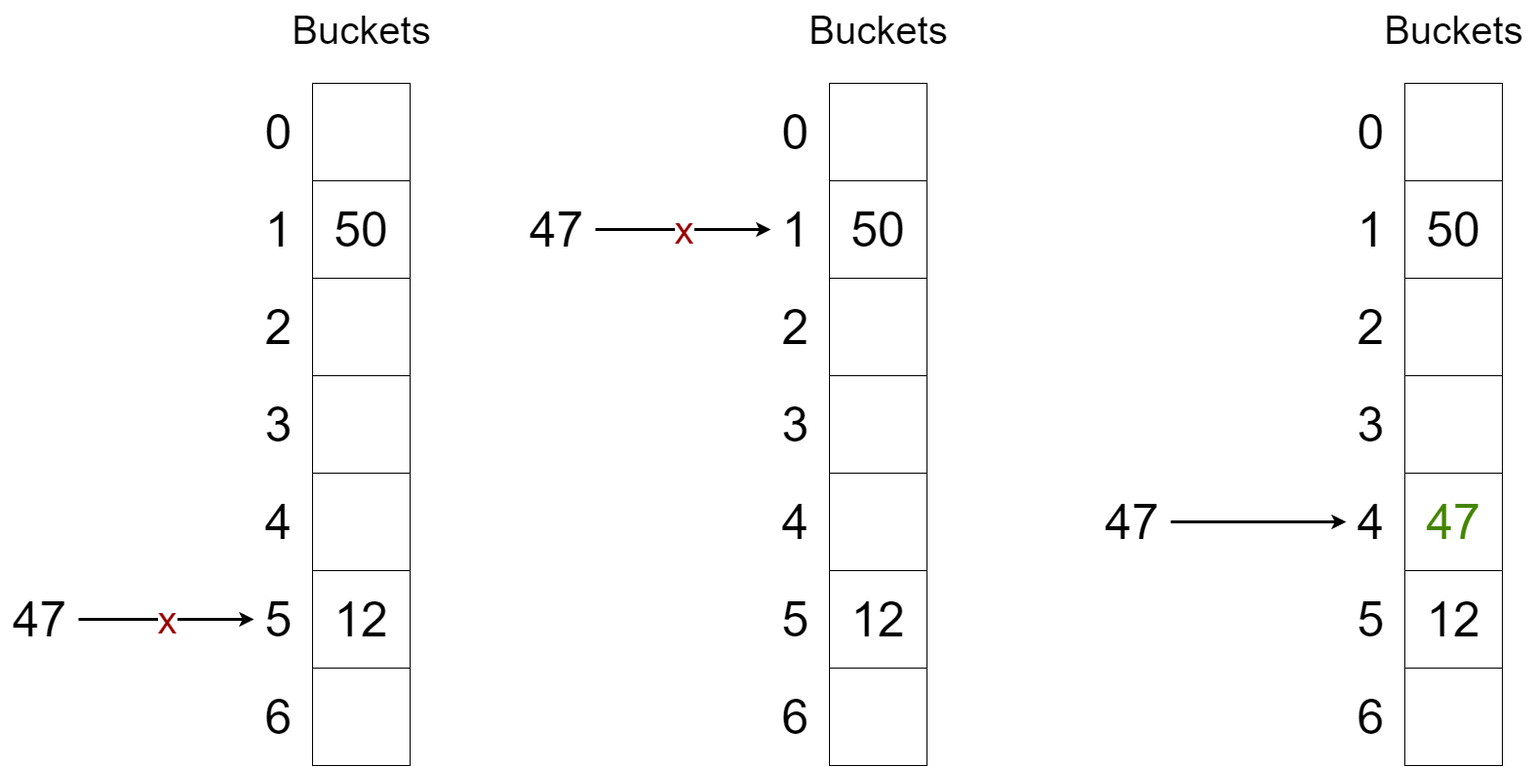
This is Docs/doubleHashing.drawio.png from lennart02/Hashing, a draw.io export, as it was before one commit. Source tidied: cells renumbered, new cells last; positions are measured from the earlier drawing's top-left corner, leaving out a move shared by most shapes.
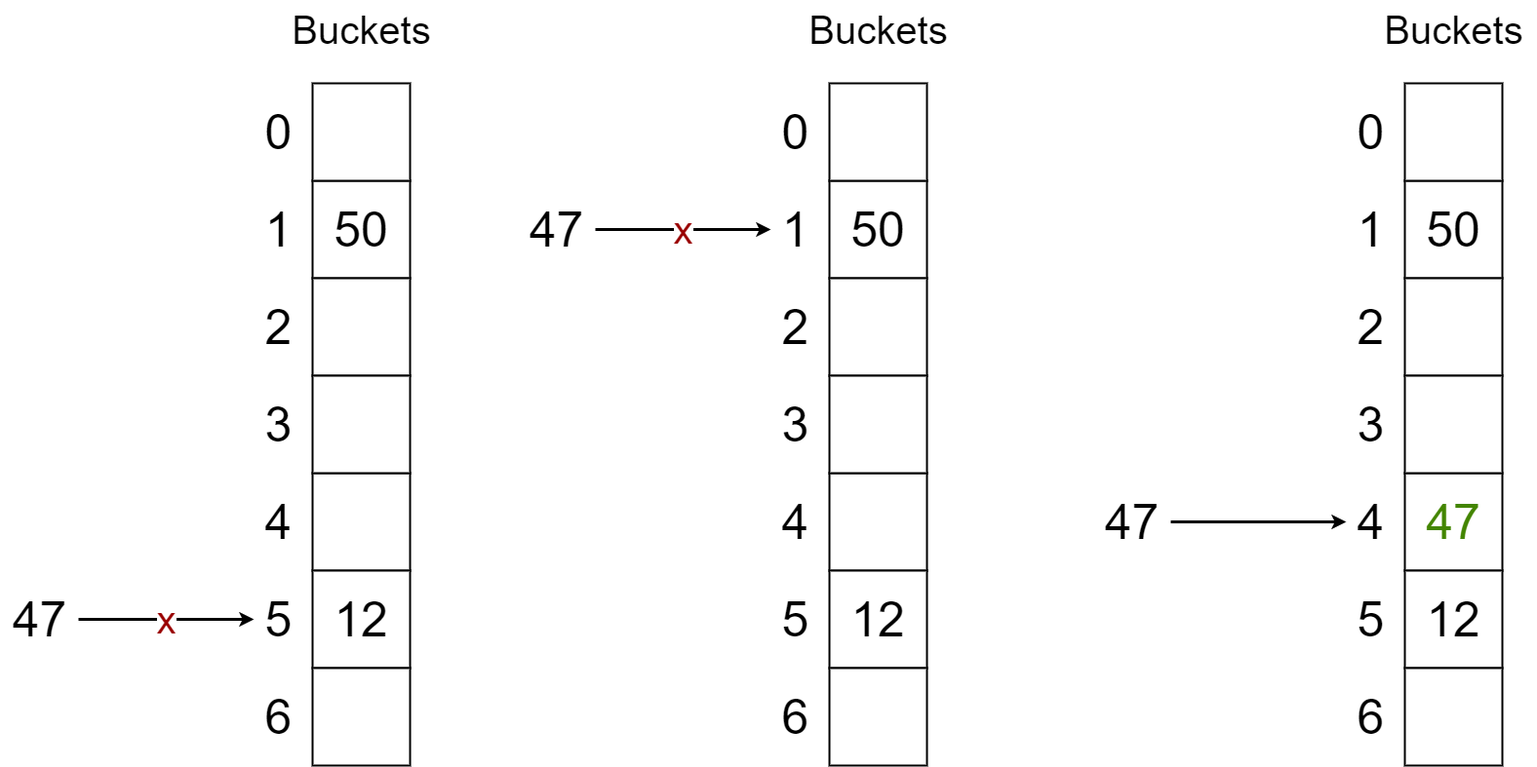
Later version of the same file.

What changed in the source:
```diff
@@ -2,46 +2,46 @@
   <root>
     <mxCell id="0" />
     <mxCell id="1" parent="0" />
-    <mxCell id="2" style="rounded=0;whiteSpace=wrap;html=1;fontSize=50;" parent="1" vertex="1">
+    <mxCell id="2" style="rounded=0;whiteSpace=wrap;html=1;fontSize=50;strokeWidth=2;" parent="1" vertex="1">
       <mxGeometry x="320" y="485" width="100" height="100" as="geometry" />
     </mxCell>
-    <mxCell id="3" value="50" style="rounded=0;whiteSpace=wrap;html=1;fontSize=50;" parent="1" vertex="1">
+    <mxCell id="3" value="50" style="rounded=0;whiteSpace=wrap;html=1;fontSize=50;strokeWidth=2;" parent="1" vertex="1">
       <mxGeometry x="320" y="185" width="100" height="100" as="geometry" />
     </mxCell>
-    <mxCell id="4" style="rounded=0;whiteSpace=wrap;html=1;fontSize=50;" parent="1" vertex="1">
+    <mxCell id="4" style="rounded=0;whiteSpace=wrap;html=1;fontSize=50;strokeWidth=2;" parent="1" vertex="1">
       <mxGeometry x="320" y="285" width="100" height="100" as="geometry" />
     </mxCell>
-    <mxCell id="5" style="rounded=0;whiteSpace=wrap;html=1;fontSize=50;" parent="1" vertex="1">
+    <mxCell id="5" style="rounded=0;whiteSpace=wrap;html=1;fontSize=50;strokeWidth=2;" parent="1" vertex="1">
       <mxGeometry x="320" y="85" width="100" height="100" as="geometry" />
     </mxCell>
-    <mxCell id="6" style="rounded=0;whiteSpace=wrap;html=1;fontSize=50;" parent="1" vertex="1">
+    <mxCell id="6" style="rounded=0;whiteSpace=wrap;html=1;fontSize=50;strokeWidth=2;" parent="1" vertex="1">
       <mxGeometry x="320" y="385" width="100" height="100" as="geometry" />
     </mxCell>
-    <mxCell id="7" value="12" style="rounded=0;whiteSpace=wrap;html=1;fontSize=50;" parent="1" vertex="1">
+    <mxCell id="7" value="12" style="rounded=0;whiteSpace=wrap;html=1;fontSize=50;strokeWidth=2;" parent="1" vertex="1">
       <mxGeometry x="320" y="585" width="100" height="100" as="geometry" />
     </mxCell>
-    <mxCell id="8" style="rounded=0;whiteSpace=wrap;html=1;fontSize=50;" parent="1" vertex="1">
+    <mxCell id="8" style="rounded=0;whiteSpace=wrap;html=1;fontSize=50;strokeWidth=2;" parent="1" vertex="1">
       <mxGeometry x="320" y="685" width="100" height="100" as="geometry" />
     </mxCell>
-    <mxCell id="9" value="0" style="text;html=1;align=center;verticalAlign=middle;strokeColor=none;fillColor=none;fontSize=50;" parent="1" vertex="1">
+    <mxCell id="9" value="0" style="text;html=1;align=center;verticalAlign=middle;strokeColor=none;fillColor=none;fontSize=50;strokeWidth=2;" parent="1" vertex="1">
       <mxGeometry x="260" y="100" width="50" height="70" as="geometry" />
     </mxCell>
-    <mxCell id="10" value="1" style="text;html=1;align=center;verticalAlign=middle;strokeColor=none;fillColor=none;fontSize=50;" parent="1" vertex="1">
+    <mxCell id="10" value="1" style="text;html=1;align=center;verticalAlign=middle;strokeColor=none;fillColor=none;fontSize=50;strokeWidth=2;" parent="1" vertex="1">
       <mxGeometry x="260" y="200" width="50" height="70" as="geometry" />
     </mxCell>
-    <mxCell id="11" value="2" style="text;html=1;align=center;verticalAlign=middle;strokeColor=none;fillColor=none;fontSize=50;" parent="1" vertex="1">
+    <mxCell id="11" value="2" style="text;html=1;align=center;verticalAlign=middle;strokeColor=none;fillColor=none;fontSize=50;strokeWidth=2;" parent="1" vertex="1">
       <mxGeometry x="260" y="300" width="50" height="70" as="geometry" />
     </mxCell>
-    <mxCell id="12" value="3" style="text;html=1;align=center;verticalAlign=middle;strokeColor=none;fillColor=none;fontSize=50;" parent="1" vertex="1">
+    <mxCell id="12" value="3" style="text;html=1;align=center;verticalAlign=middle;strokeColor=none;fillColor=none;fontSize=50;strokeWidth=2;" parent="1" vertex="1">
       <mxGeometry x="260" y="400" width="50" height="70" as="geometry" />
     </mxCell>
-    <mxCell id="13" value="4" style="text;html=1;align=center;verticalAlign=middle;strokeColor=none;fillColor=none;fontSize=50;" parent="1" vertex="1">
+    <mxCell id="13" value="4" style="text;html=1;align=center;verticalAlign=middle;strokeColor=none;fillColor=none;fontSize=50;strokeWidth=2;" parent="1" vertex="1">
       <mxGeometry x="260" y="500" width="50" height="70" as="geometry" />
     </mxCell>
-    <mxCell id="14" value="5" style="text;html=1;align=center;verticalAlign=middle;points=[];strokeColor=none;fillColor=none;fontSize=50;" parent="1" vertex="1">
+    <mxCell id="14" value="5" style="text;html=1;align=center;verticalAlign=middle;points=[];strokeColor=none;fillColor=none;fontSize=50;strokeWidth=2;" parent="1" vertex="1">
       <mxGeometry x="260" y="600" width="50" height="70" as="geometry" />
     </mxCell>
-    <mxCell id="15" value="6" style="text;html=1;align=center;verticalAlign=middle;strokeColor=none;fillColor=none;fontSize=50;" parent="1" vertex="1">
+    <mxCell id="15" value="6" style="text;html=1;align=center;verticalAlign=middle;strokeColor=none;fillColor=none;fontSize=50;strokeWidth=2;" parent="1" vertex="1">
       <mxGeometry x="260" y="700" width="50" height="70" as="geometry" />
     </mxCell>
     <mxCell id="16" value="x" style="edgeStyle=none;html=1;strokeWidth=3;fontColor=#990000;fontSize=40;" parent="1" edge="1" source="17" target="14">
@@ -53,46 +53,46 @@
     <mxCell id="18" value="Buckets" style="text;html=1;align=center;verticalAlign=middle;strokeColor=none;fillColor=none;fontSize=40;" parent="1" vertex="1">
       <mxGeometry x="285" width="170" height="60" as="geometry" />
     </mxCell>
-    <mxCell id="19" style="rounded=0;whiteSpace=wrap;html=1;fontSize=50;" parent="1" vertex="1">
+    <mxCell id="19" style="rounded=0;whiteSpace=wrap;html=1;fontSize=50;strokeWidth=2;" parent="1" vertex="1">
       <mxGeometry x="850" y="485" width="100" height="100" as="geometry" />
     </mxCell>
-    <mxCell id="20" value="50" style="rounded=0;whiteSpace=wrap;html=1;fontSize=50;" parent="1" vertex="1">
+    <mxCell id="20" value="50" style="rounded=0;whiteSpace=wrap;html=1;fontSize=50;strokeWidth=2;" parent="1" vertex="1">
       <mxGeometry x="850" y="185" width="100" height="100" as="geometry" />
     </mxCell>
-    <mxCell id="21" style="rounded=0;whiteSpace=wrap;html=1;fontSize=50;" parent="1" vertex="1">
+    <mxCell id="21" style="rounded=0;whiteSpace=wrap;html=1;fontSize=50;strokeWidth=2;" parent="1" vertex="1">
       <mxGeometry x="850" y="285" width="100" height="100" as="geometry" />
     </mxCell>
-    <mxCell id="22" style="rounded=0;whiteSpace=wrap;html=1;fontSize=50;" parent="1" vertex="1">
+    <mxCell id="22" style="rounded=0;whiteSpace=wrap;html=1;fontSize=50;strokeWidth=2;" parent="1" vertex="1">
       <mxGeometry x="850" y="85" width="100" height="100" as="geometry" />
     </mxCell>
-    <mxCell id="23" style="rounded=0;whiteSpace=wrap;html=1;fontSize=50;" parent="1" vertex="1">
+    <mxCell id="23" style="rounded=0;whiteSpace=wrap;html=1;fontSize=50;strokeWidth=2;" parent="1" vertex="1">
       <mxGeometry x="850" y="385" width="100" height="100" as="geometry" />
     </mxCell>
-    <mxCell id="24" value="12" style="rounded=0;whiteSpace=wrap;html=1;fontSize=50;" parent="1" vertex="1">
+    <mxCell id="24" value="12" style="rounded=0;whiteSpace=wrap;html=1;fontSize=50;strokeWidth=2;" parent="1" vertex="1">
       <mxGeometry x="850" y="585" width="100" height="100" as="geometry" />
     </mxCell>
-    <mxCell id="25" style="rounded=0;whiteSpace=wrap;html=1;fontSize=50;" parent="1" vertex="1">
+    <mxCell id="25" style="rounded=0;whiteSpace=wrap;html=1;fontSize=50;strokeWidth=2;" parent="1" vertex="1">
       <mxGeometry x="850" y="685" width="100" height="100" as="geometry" />
     </mxCell>
-    <mxCell id="26" value="0" style="text;html=1;align=center;verticalAlign=middle;strokeColor=none;fillColor=none;fontSize=50;" parent="1" vertex="1">
+    <mxCell id="26" value="0" style="text;html=1;align=center;verticalAlign=middle;strokeColor=none;fillColor=none;fontSize=50;strokeWidth=2;" parent="1" vertex="1">
       <mxGeometry x="790" y="100" width="50" height="70" as="geometry" />
     </mxCell>
-    <mxCell id="27" value="1" style="text;html=1;align=center;verticalAlign=middle;strokeColor=none;fillColor=none;fontSize=50;" parent="1" vertex="1">
+    <mxCell id="27" value="1" style="text;html=1;align=center;verticalAlign=middle;strokeColor=none;fillColor=none;fontSize=50;strokeWidth=3;" parent="1" vertex="1">
       <mxGeometry x="790" y="200" width="50" height="70" as="geometry" />
     </mxCell>
-    <mxCell id="28" value="2" style="text;html=1;align=center;verticalAlign=middle;strokeColor=none;fillColor=none;fontSize=50;" parent="1" vertex="1">
+    <mxCell id="28" value="2" style="text;html=1;align=center;verticalAlign=middle;strokeColor=none;fillColor=none;fontSize=50;strokeWidth=2;" parent="1" vertex="1">
       <mxGeometry x="790" y="300" width="50" height="70" as="geometry" />
     </mxCell>
-    <mxCell id="29" value="3" style="text;html=1;align=center;verticalAlign=middle;strokeColor=none;fillColor=none;fontSize=50;" parent="1" vertex="1">
+    <mxCell id="29" value="3" style="text;html=1;align=center;verticalAlign=middle;strokeColor=none;fillColor=none;fontSize=50;strokeWidth=2;" parent="1" vertex="1">
       <mxGeometry x="790" y="400" width="50" height="70" as="geometry" />
     </mxCell>
-    <mxCell id="30" value="4" style="text;html=1;align=center;verticalAlign=middle;strokeColor=none;fillColor=none;fontSize=50;" parent="1" vertex="1">
+    <mxCell id="30" value="4" style="text;html=1;align=center;verticalAlign=middle;strokeColor=none;fillColor=none;fontSize=50;strokeWidth=2;" parent="1" vertex="1">
       <mxGeometry x="790" y="500" width="50" height="70" as="geometry" />
     </mxCell>
-    <mxCell id="31" value="5" style="text;html=1;align=center;verticalAlign=middle;strokeColor=none;fillColor=none;fontSize=50;" parent="1" vertex="1">
+    <mxCell id="31" value="5" style="text;html=1;align=center;verticalAlign=middle;strokeColor=none;fillColor=none;fontSize=50;strokeWidth=2;" parent="1" vertex="1">
       <mxGeometry x="790" y="600" width="50" height="70" as="geometry" />
     </mxCell>
-    <mxCell id="32" value="6" style="text;html=1;align=center;verticalAlign=middle;strokeColor=none;fillColor=none;fontSize=50;" parent="1" vertex="1">
+    <mxCell id="32" value="6" style="text;html=1;align=center;verticalAlign=middle;strokeColor=none;fillColor=none;fontSize=50;strokeWidth=2;" parent="1" vertex="1">
       <mxGeometry x="790" y="700" width="50" height="70" as="geometry" />
     </mxCell>
     <mxCell id="33" value="x" style="edgeStyle=none;html=1;strokeWidth=3;fontColor=#990000;fontSize=40;" parent="1" edge="1" source="34">
@@ -100,52 +100,52 @@
         <mxPoint x="790" y="235" as="targetPoint" />
       </mxGeometry>
     </mxCell>
-    <mxCell id="34" value="47" style="text;html=1;align=center;verticalAlign=middle;points=[];strokeColor=none;fillColor=none;fontSize=50;" parent="1" vertex="1">
+    <mxCell id="34" value="47" style="text;html=1;align=center;verticalAlign=middle;points=[];strokeColor=none;fillColor=none;fontSize=50;strokeWidth=2;" parent="1" vertex="1">
       <mxGeometry x="530" y="200" width="80" height="70" as="geometry" />
     </mxCell>
     <mxCell id="35" value="Buckets" style="text;html=1;align=center;verticalAlign=middle;strokeColor=none;fillColor=none;fontSize=40;" parent="1" vertex="1">
       <mxGeometry x="815" width="170" height="60" as="geometry" />
     </mxCell>
-    <mxCell id="36" value="47" style="rounded=0;whiteSpace=wrap;html=1;fontSize=50;labelBackgroundColor=default;fontColor=#438500;" parent="1" vertex="1">
+    <mxCell id="36" value="47" style="rounded=0;whiteSpace=wrap;html=1;fontSize=50;labelBackgroundColor=default;fontColor=#438500;strokeWidth=2;" parent="1" vertex="1">
       <mxGeometry x="1440" y="485" width="100" height="100" as="geometry" />
     </mxCell>
-    <mxCell id="37" value="50" style="rounded=0;whiteSpace=wrap;html=1;fontSize=50;" parent="1" vertex="1">
+    <mxCell id="37" value="50" style="rounded=0;whiteSpace=wrap;html=1;fontSize=50;strokeWidth=2;" parent="1" vertex="1">
       <mxGeometry x="1440" y="185" width="100" height="100" as="geometry" />
     </mxCell>
-    <mxCell id="38" style="rounded=0;whiteSpace=wrap;html=1;fontSize=50;" parent="1" vertex="1">
+    <mxCell id="38" style="rounded=0;whiteSpace=wrap;html=1;fontSize=50;strokeWidth=2;" parent="1" vertex="1">
       <mxGeometry x="1440" y="285" width="100" height="100" as="geometry" />
     </mxCell>
-    <mxCell id="39" style="rounded=0;whiteSpace=wrap;html=1;fontSize=50;" parent="1" vertex="1">
+    <mxCell id="39" style="rounded=0;whiteSpace=wrap;html=1;fontSize=50;strokeWidth=2;" parent="1" vertex="1">
       <mxGeometry x="1440" y="85" width="100" height="100" as="geometry" />
     </mxCell>
-    <mxCell id="40" style="rounded=0;whiteSpace=wrap;html=1;fontSize=50;" parent="1" vertex="1">
+    <mxCell id="40" style="rounded=0;whiteSpace=wrap;html=1;fontSize=50;strokeWidth=2;" parent="1" vertex="1">
       <mxGeometry x="1440" y="385" width="100" height="100" as="geometry" />
     </mxCell>
-    <mxCell id="41" value="12" style="rounded=0;whiteSpace=wrap;html=1;fontSize=50;" parent="1" vertex="1">
+    <mxCell id="41" value="12" style="rounded=0;whiteSpace=wrap;html=1;fontSize=50;strokeWidth=2;" parent="1" vertex="1">
       <mxGeometry x="1440" y="585" width="100" height="100" as="geometry" />
     </mxCell>
-    <mxCell id="42" style="rounded=0;whiteSpace=wrap;html=1;fontSize=50;" parent="1" vertex="1">
+    <mxCell id="42" style="rounded=0;whiteSpace=wrap;html=1;fontSize=50;strokeWidth=2;" parent="1" vertex="1">
       <mxGeometry x="1440" y="685" width="100" height="100" as="geometry" />
     </mxCell>
-    <mxCell id="43" value="0" style="text;html=1;align=center;verticalAlign=middle;strokeColor=none;fillColor=none;fontSize=50;" parent="1" vertex="1">
+    <mxCell id="43" value="0" style="text;html=1;align=center;verticalAlign=middle;strokeColor=none;fillColor=none;fontSize=50;strokeWidth=2;" parent="1" vertex="1">
       <mxGeometry x="1380" y="100" width="50" height="70" as="geometry" />
     </mxCell>
-    <mxCell id="44" value="1" style="text;html=1;align=center;verticalAlign=middle;strokeColor=none;fillColor=none;fontSize=50;" parent="1" vertex="1">
+    <mxCell id="44" value="1" style="text;html=1;align=center;verticalAlign=middle;strokeColor=none;fillColor=none;fontSize=50;strokeWidth=2;" parent="1" vertex="1">
       <mxGeometry x="1380" y="200" width="50" height="70" as="geometry" />
     </mxCell>
-    <mxCell id="45" value="2" style="text;html=1;align=center;verticalAlign=middle;strokeColor=none;fillColor=none;fontSize=50;" parent="1" vertex="1">
+    <mxCell id="45" value="2" style="text;html=1;align=center;verticalAlign=middle;strokeColor=none;fillColor=none;fontSize=50;strokeWidth=2;" parent="1" vertex="1">
       <mxGeometry x="1380" y="300" width="50" height="70" as="geometry" />
     </mxCell>
-    <mxCell id="46" value="3" style="text;html=1;align=center;verticalAlign=middle;strokeColor=none;fillColor=none;fontSize=50;" parent="1" vertex="1">
+    <mxCell id="46" value="3" style="text;html=1;align=center;verticalAlign=middle;strokeColor=none;fillColor=none;fontSize=50;strokeWidth=2;" parent="1" vertex="1">
       <mxGeometry x="1380" y="400" width="50" height="70" as="geometry" />
     </mxCell>
-    <mxCell id="47" value="4" style="text;html=1;align=center;verticalAlign=middle;strokeColor=none;fillColor=none;fontSize=50;" parent="1" vertex="1">
+    <mxCell id="47" value="4" style="text;html=1;align=center;verticalAlign=middle;strokeColor=none;fillColor=none;fontSize=50;strokeWidth=2;" parent="1" vertex="1">
       <mxGeometry x="1380" y="500" width="50" height="70" as="geometry" />
     </mxCell>
-    <mxCell id="48" value="5" style="text;html=1;align=center;verticalAlign=middle;strokeColor=none;fillColor=none;fontSize=50;" parent="1" vertex="1">
+    <mxCell id="48" value="5" style="text;html=1;align=center;verticalAlign=middle;strokeColor=none;fillColor=none;fontSize=50;strokeWidth=2;" parent="1" vertex="1">
       <mxGeometry x="1380" y="600" width="50" height="70" as="geometry" />
     </mxCell>
-    <mxCell id="49" value="6" style="text;html=1;align=center;verticalAlign=middle;strokeColor=none;fillColor=none;fontSize=50;" parent="1" vertex="1">
+    <mxCell id="49" value="6" style="text;html=1;align=center;verticalAlign=middle;strokeColor=none;fillColor=none;fontSize=50;strokeWidth=2;" parent="1" vertex="1">
       <mxGeometry x="1380" y="700" width="50" height="70" as="geometry" />
     </mxCell>
     <mxCell id="50" style="edgeStyle=none;html=1;strokeWidth=3;fontColor=#990000;fontSize=40;" parent="1" edge="1" source="51">
@@ -153,7 +153,7 @@
         <mxPoint x="1380" y="535" as="targetPoint" />
       </mxGeometry>
     </mxCell>
-    <mxCell id="51" value="47" style="text;html=1;align=center;verticalAlign=middle;points=[];strokeColor=none;fillColor=none;fontSize=50;" parent="1" vertex="1">
+    <mxCell id="51" value="47" style="text;html=1;align=center;verticalAlign=middle;points=[];strokeColor=none;fillColor=none;fontSize=50;strokeWidth=2;" parent="1" vertex="1">
       <mxGeometry x="1120" y="500" width="80" height="70" as="geometry" />
     </mxCell>
     <mxCell id="52" value="Buckets" style="text;html=1;align=center;verticalAlign=middle;strokeColor=none;fillColor=none;fontSize=40;" parent="1" vertex="1">
```
